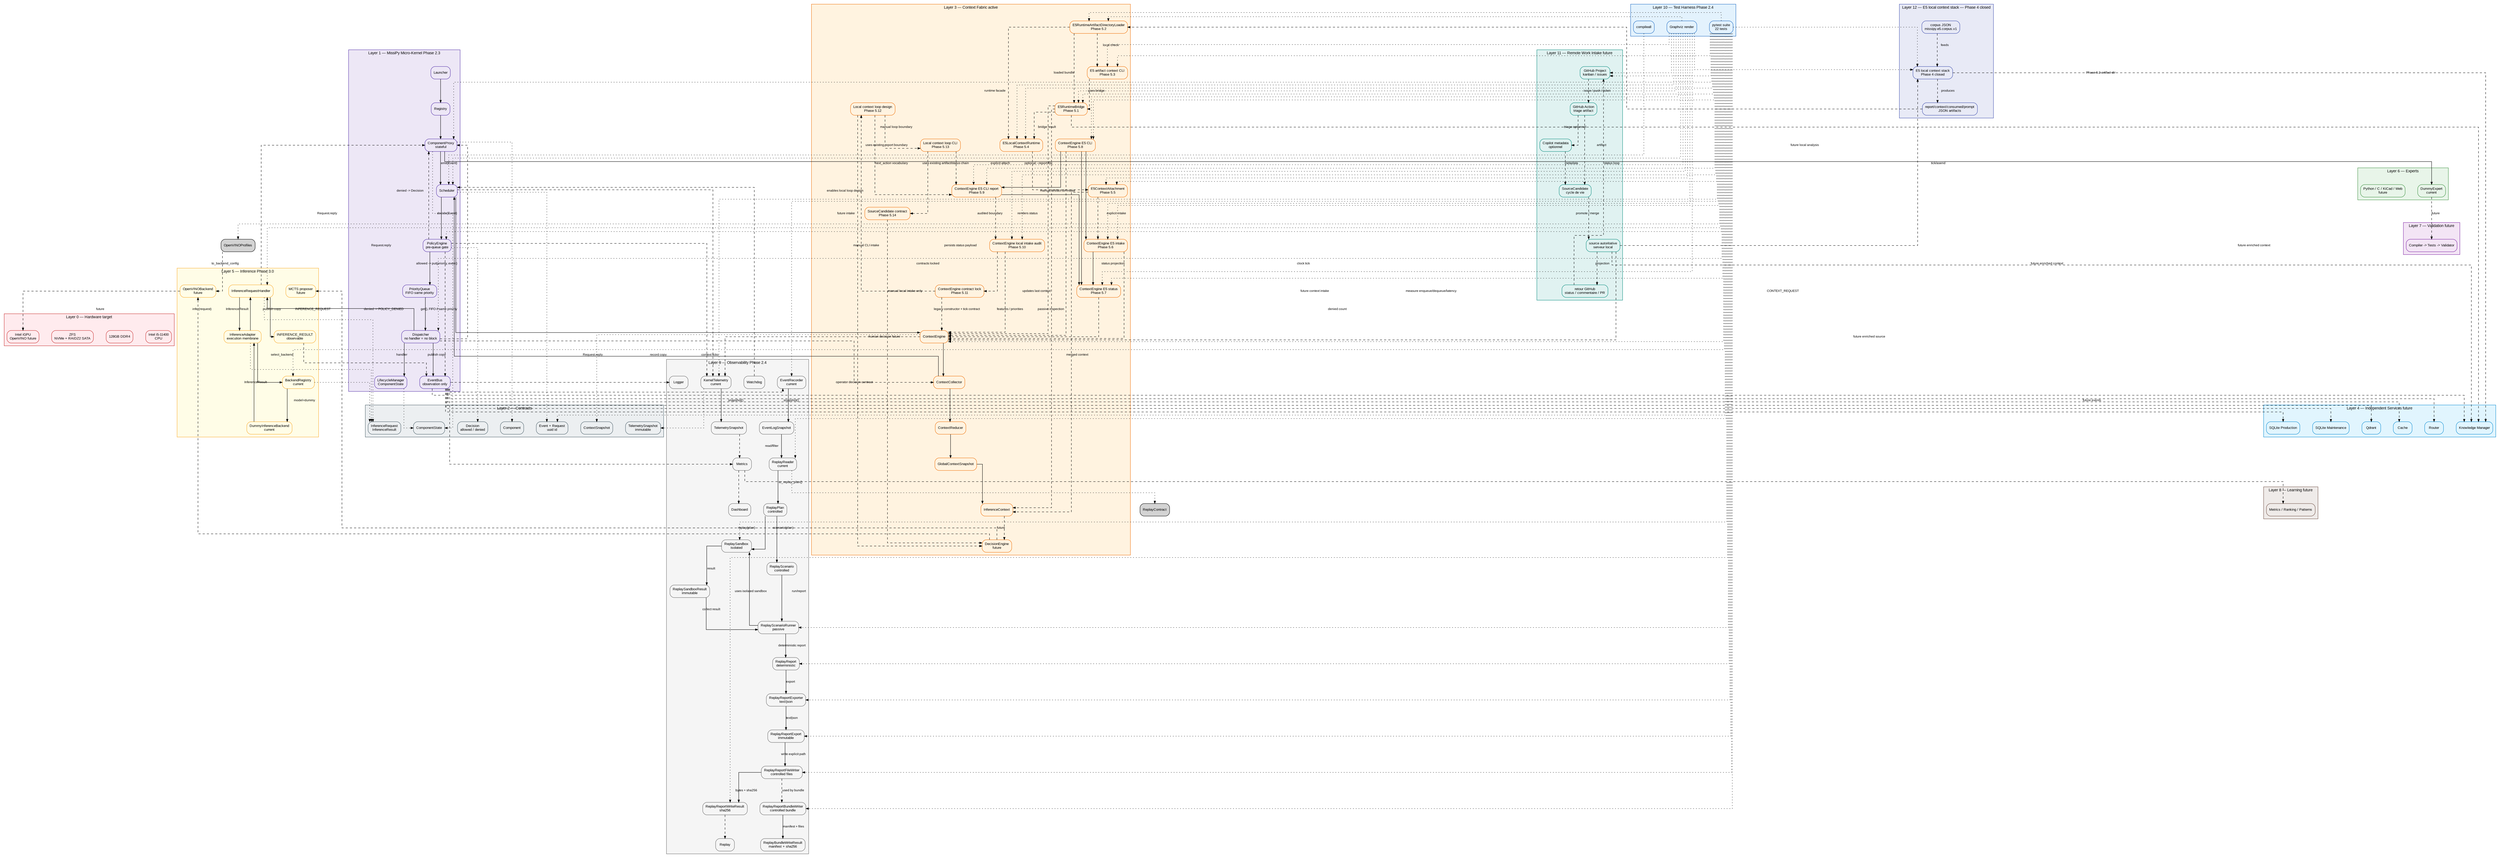
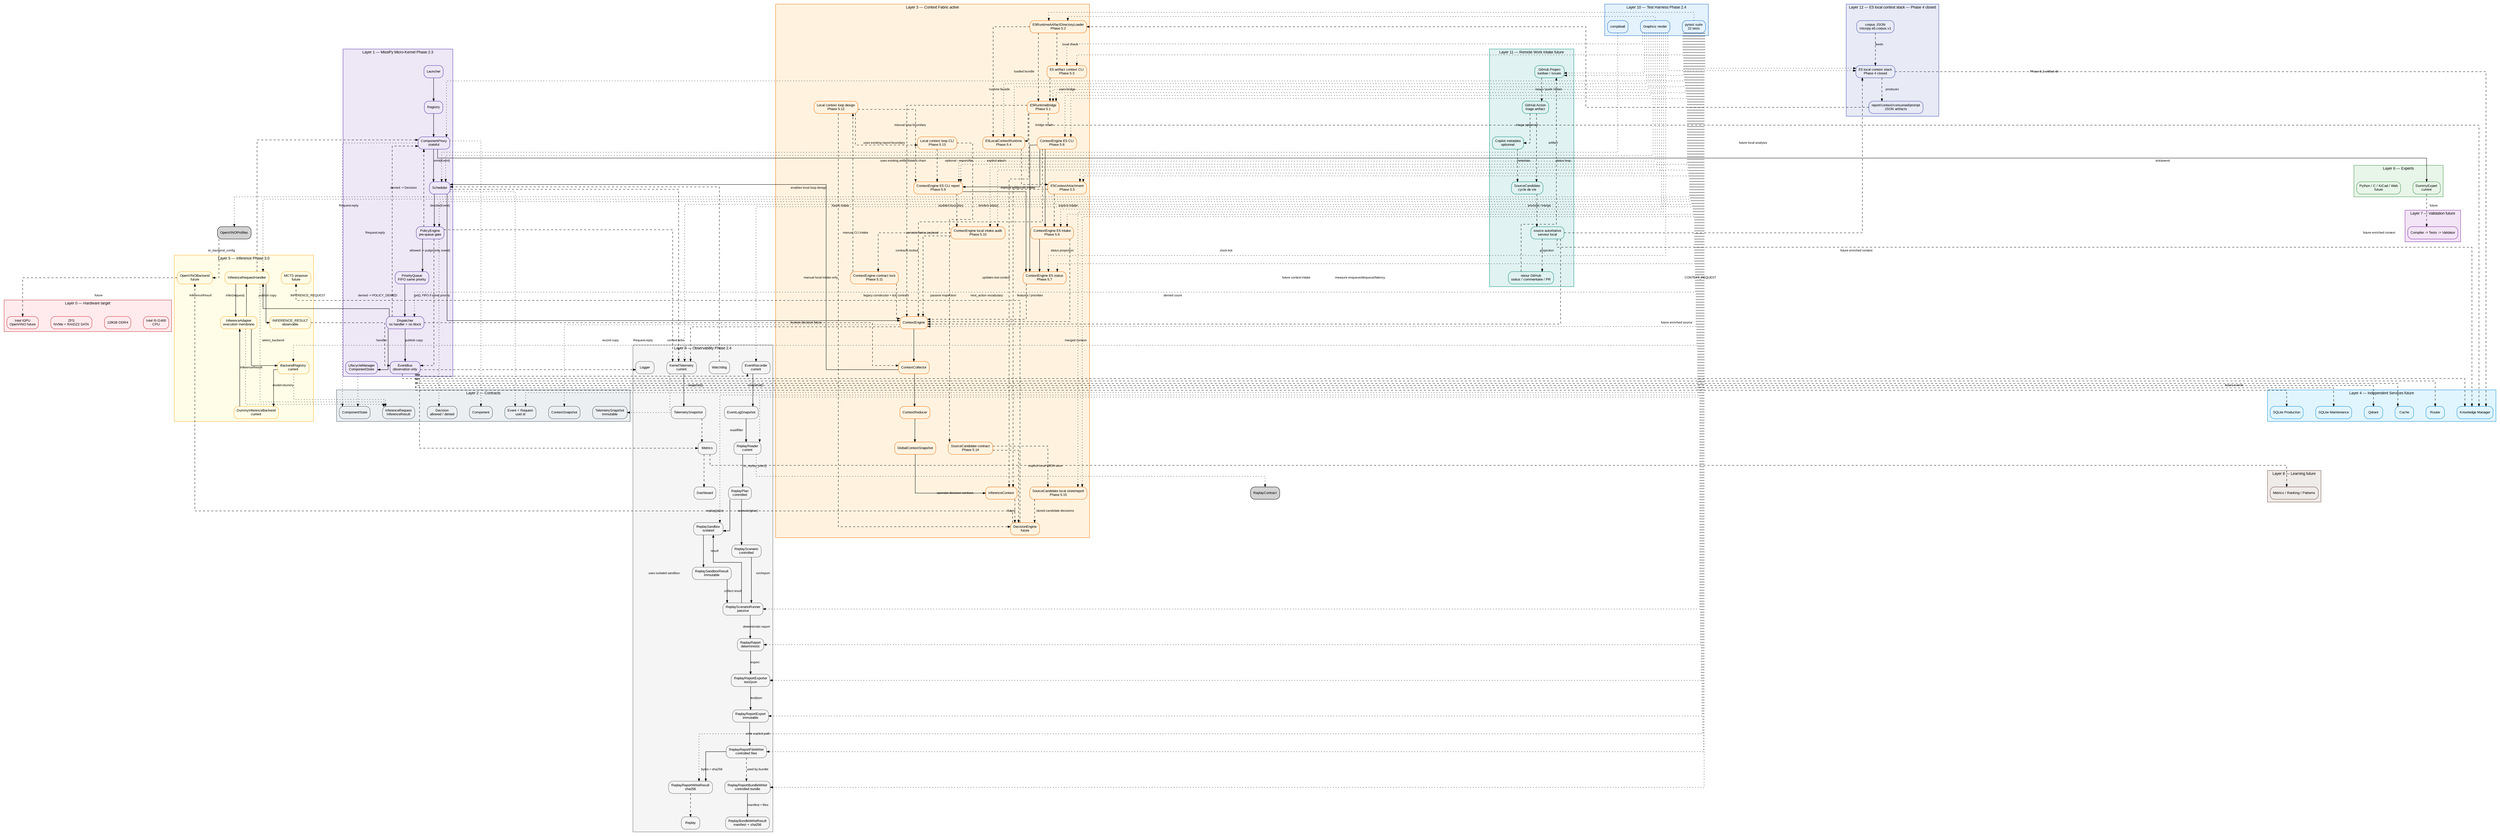
digraph Global {
    // ROADMAP_ID: global

    rankdir=TB;

    // ROADMAP_NOTE[phase2_5]:
    // BackendRegistry est ajouté au layer inference pour préparer
    // l’enregistrement explicite d’OpenVINO sans modifier le Scheduler.

    // ROADMAP_NOTE[phase3_0]:
    // OpenVINOModelProfileRegistry est ajouté pour décrire un ou plusieurs
    // modèles OpenVINO possibles avant de créer les backends exécutables.
    compound=true;
    splines=ortho;
    nodesep=0.5;
    ranksep=0.8;

    graph [fontname="Arial", fontsize=11];
    node [shape=box, style="rounded,filled", fontname="Arial", fontsize=10];
    edge [fontname="Arial", fontsize=9, arrowsize=0.7];

    // ROADMAP_NOTE[phase2_4]:
// ReplayReportBundleWriter ajoute un dossier de replay contrôlé :
// report.txt, report.json et manifest.json avec sha256. La roadmap DOT
// est aussi vérifiée par tests/docs/test_dot_links.py afin que les liens
// descente/remontée pointent vers des sources DOT existantes.
    // Le Layer 9 ajoute ReplayReportFileWriter après ReplayReportExport.
    // Cette étape persiste les exports texte/JSON vers chemins explicites.
    // Aucun répertoire n'est créé ni aucun fichier écrasé sans demande explicite.
    // Le writer reste passif et ne commande jamais le Scheduler vivant.


    // ROADMAP_NOTE[phase4_18_r2]:
    // GitHub Project Orchestrator est visible dans l'architecture globale.
    // Cette couche reste future et documentaire : pas d'API GitHub, pas de token,
    // pas de polling réseau et pas de dépendance Copilot dans le coeur.

    // ROADMAP_NOTE[phase4_19]:
    // La Phase 4 se clôt par un audit du moteur local E5 : corpus, recherche,
    // diagnostics, gates, rapports, contexte, consommation et prompt packet.
    // Le stack E5 reste hors Scheduler, hors Qdrant et hors backend de réponse.

    // ROADMAP_NOTE[phase4_20]:
    // Phase 4 clôturée : le moteur local E5 produit des artefacts déterministes
    // de recherche, contexte consommé et prompt packet. La Phase 5 peut brancher
    // ce socle au serveur local ou au Context Engine sans changer ces frontières.

    // ROADMAP_NOTE[phase5_2]:
    // E5RuntimeArtifactDirectoryLoader ajoute la bordure IO locale pour lire un
    // artifact-dir Phase 4 et réutiliser le pont pur E5RuntimeBridge. Aucun daemon,
    // réseau, Scheduler vivant, Qdrant ou LLM n'est introduit.


    // ROADMAP_NOTE[phase5_4]:
    // E5LocalContextRuntime ajoute une façade runtime locale stable au-dessus
    // du loader 5.2 et du bridge 5.1. Elle retourne un statut typé et un
    // InferenceContext sans CLI, daemon, réseau, Scheduler vivant, Qdrant ou LLM.

    // ROADMAP_NOTE[phase5_5]:
    // E5ContextAttachment fusionne explicitement un résultat runtime E5 local
    // avec un InferenceContext existant. Cette étape prépare l'intake futur du
    // ContextEngine sans lancer Scheduler, daemon, réseau, Qdrant ou LLM.

    // ROADMAP_NOTE[phase5_6]:
    // ContextEngine reçoit une entrée E5 explicite : artifact-dir ou runtime result
    // -> attachement -> last_inference_context. Aucun autoload, aucun Scheduler
    // vivant, aucun daemon, réseau, Qdrant ou LLM n'est introduit.

    // ROADMAP_NOTE[phase5_7]:
    // E5ContextEngineStatus ajoute une projection passive et sérialisable
    // de l'état E5 attaché au ContextEngine. Elle ne lit aucun fichier,
    // ne mute aucun contexte et ne déclenche aucun Scheduler/backend.

    // ROADMAP_NOTE[phase5_8]:
    // E5ContextEngineCLI ajoute une bordure manuelle : artifact-dir ->
    // ContextEngine.attach_e5_artifact_dir() -> E5ContextEngineStatus. Elle
    // ne lance aucun Scheduler vivant, daemon, réseau, Qdrant ou LLM.


    // ROADMAP_NOTE[phase5_10]:
    // Phase 5.10 audite le bloc d'intake manuel local : artifact-dir Phase 4,
    // ContextEngine E5 CLI, report JSON et projection status. Elle ne modifie
    // pas le runtime et prépare seulement la bascule future vers serveur/local loop.

    // ROADMAP_NOTE[phase5_9]:
    // E5ContextEngineCLIReport ajoute --report-file à la bordure CLI 5.8.
    // La commande existante peut persister son payload intake + status en JSON
    // atomique sans nouvelle surface CLI, Scheduler vivant, réseau, Qdrant ou LLM.



+ 
+ 
+     // ROADMAP_NOTE[phase5_15]:
+     // SourceCandidateStorageReport ajoute un store JSON local explicite pour
+     // SourceCandidate : load, upsert atomique, snapshot et rapport optionnel.
+     // La valeur newicody/autodoc reste une projection future sans API GitHub,
+     // réseau, token, daemon, Qdrant, LLM ou base de données.

    // ROADMAP_NOTE[phase5_14]:
    // SourceCandidateContract ajoute le contrat local d'une entrée candidate :
    // origin/input/policy/status/decision/transition immuable. La valeur
    // newicody/autodoc prépare la projection GitHub future sans API, réseau ou token.

    // ROADMAP_NOTE[phase5_13]:
    // LocalContextLoopCLI ajoute une orchestration manuelle mince : artifact-dir
    // Phase 4 -> ContextEngine intake -> status -> report + next_action opérateur.
    // Elle ne relance pas E5/OpenVINO, ne mute aucune décision et n'ajoute aucun
    // daemon, serveur, réseau, Qdrant, LLM ou stockage persistant.

    // ROADMAP_NOTE[phase5_12]:
    // LocalContextLoopDesign formalise la boucle locale manuelle : artifact-dir
    // Phase 4 -> runtime local -> intake explicite ContextEngine -> status/report
    // -> décision humaine. Aucun serveur, daemon, réseau, stockage persistant,
    // Qdrant, LLM ou appel OpenVINO caché n'est introduit.

    // ROADMAP_NOTE[phase5_3]:
    // E5 artifact context CLI ajoute une bordure de vérification locale pour
    // afficher l'InferenceContext construit depuis un artifact-dir, sans daemon,
    // réseau, Scheduler vivant, Qdrant ou LLM.

    subgraph cluster_L0 {
        label="Layer 0 — Hardware target";
        color="#c62828";
        bgcolor="#ffebee";
        node [fillcolor="#ffebee", color="#c62828"];
        CPU [label="Intel i5-11400\nCPU"];
        RAM [label="128GB DDR4"];
        Storage [label="ZFS\nNVMe + RAIDZ2 SATA"];
        GPU [label="Intel iGPU\nOpenVINO future"];
    }

    subgraph cluster_L1 {
        label="Layer 1 — MissiPy Micro-Kernel Phase 2.3";
        color="#512da8";
        bgcolor="#ede7f6";
        node [fillcolor="#ede7f6", color="#512da8"];
        Launcher [URL="scheduler/10_scheduler.svg", tooltip="Zoom Scheduler"];
        Registry [URL="scheduler/10_scheduler.svg", tooltip="Registry"];
        Proxy [label="ComponentProxy\nstateful", URL="scheduler/component_proxy/14_component_proxy.svg", tooltip="Runtime proxy"];
        Scheduler [URL="scheduler/10_scheduler.svg", tooltip="Zoom Scheduler"];
        Policy [label="PolicyEngine\npre-queue gate", URL="scheduler/10_scheduler.svg"];
        Queue [label="PriorityQueue\nFIFO same priority", URL="scheduler/priority_queue/13_priority_queue.svg"];
        Dispatcher [label="Dispatcher\nno handler = no block", URL="scheduler/dispatcher/11_dispatcher.svg"];
        EventBus [label="EventBus\nobservation only", URL="scheduler/event_bus/12_event_bus.svg"];
        Lifecycle [label="LifecycleManager\nComponentState", URL="scheduler/10_scheduler.svg"];
    }

    subgraph cluster_L2 {
        label="Layer 2 — Contracts";
        color="#455a64";
        bgcolor="#eceff1";
        node [fillcolor="#eceff1", color="#455a64"];
        EventContract [label="Event + Request\nuuid id"];
        LifecycleContract [label="ComponentState"];
        ComponentContract [label="Component"];
        ContextContract [label="ContextSnapshot"];
        InferenceContract [label="InferenceRequest\nInferenceResult"];
        PolicyContract [label="Decision\nallowed / denied"];
        TelemetryContract [label="TelemetrySnapshot\nimmutable"];
    }

    subgraph cluster_L3 {
        label="Layer 3 — Context Fabric active";
        color="#ef6c00";
        bgcolor="#fff3e0";
        node [fillcolor="#fff3e0", color="#ef6c00"];
        ContextEngine [label="ContextEngine", URL="context/20_context.svg"];
        Collector [label="ContextCollector", URL="context/20_context.svg"];
        Reducer [label="ContextReducer", URL="context/20_context.svg"];
        Snapshot [label="GlobalContextSnapshot", URL="context/20_context.svg"];
        InferenceCtx [label="InferenceContext", URL="context/20_context.svg"];
        E5RuntimeBridge [label="E5RuntimeBridge\nPhase 5.1", URL="context/25_e5_runtime_bridge.svg"];
        E5ArtifactLoader [label="E5RuntimeArtifactDirectoryLoader\nPhase 5.2", URL="context/26_e5_artifact_directory_loader.svg"];
        E5ArtifactContextCLI [label="E5 artifact context CLI\nPhase 5.3", URL="context/27_e5_artifact_context_cli.svg"];
        E5LocalRuntime [label="E5LocalContextRuntime\nPhase 5.4", URL="context/28_e5_local_context_runtime.svg"];
        E5ContextAttachment [label="E5ContextAttachment\nPhase 5.5", URL="context/29_e5_context_attachment.svg"];
        E5ContextEngineIntake [label="ContextEngine E5 intake\nPhase 5.6", URL="context/30_e5_context_engine_intake.svg"];
        E5ContextEngineStatus [label="ContextEngine E5 status\nPhase 5.7", URL="context/31_e5_context_engine_status.svg"];
        E5ContextEngineCLI [label="ContextEngine E5 CLI\nPhase 5.8", URL="context/32_e5_context_engine_cli.svg"];
        E5ContextEngineCLIReport [label="ContextEngine E5 CLI report\nPhase 5.9", URL="context/33_e5_context_engine_cli_report.svg"];
        E5ContextEngineIntakeAudit [label="ContextEngine local intake audit\nPhase 5.10", URL="context/34_e5_context_engine_intake_audit.svg"];
        ContextEngineContractLock [label="ContextEngine contract lock\nPhase 5.11", URL="context/35_context_engine_contract_lock.svg"];
        LocalContextLoopDesign [label="Local context loop design\nPhase 5.12", URL="context/36_local_context_loop_design.svg"];
        LocalContextLoopCLI [label="Local context loop CLI\nPhase 5.13", URL="context/37_local_context_loop_cli.svg"];
        SourceCandidateContract [label="SourceCandidate contract\nPhase 5.14", URL="context/38_source_candidate_contract.svg"];
+         SourceCandidateStore [label="SourceCandidate local store/report\nPhase 5.15", URL="context/39_source_candidate_storage_report.svg"];
        Decision [label="DecisionEngine\nfuture", URL="context/20_context.svg"];
    }

    E5ContextEngineIntake -> E5ContextEngineStatus [label="status projection"];
    E5ContextEngineCLI -> E5ContextEngineIntake [label="manual artifact-dir intake"];
    E5ContextEngineCLI -> E5ContextEngineStatus [label="renders status"];
    E5ContextEngineCLI -> E5ContextEngineCLIReport [label="optional --report-file"];
    E5ContextEngineCLIReport -> E5ContextEngineStatus [label="persists status payload"];
    E5ContextEngineCLIReport -> E5ContextEngineIntakeAudit [style=dashed, label="audited boundary"];
    E5ContextEngineIntakeAudit -> ContextEngineContractLock [style=dashed, label="contracts locked"];
    ContextEngineContractLock -> ContextEngine [style=dashed, label="legacy constructor + tick contract"];
    E5ContextEngineIntakeAudit -> ContextEngine [style=dashed, label="manual local intake only"];
    ContextEngineContractLock -> LocalContextLoopDesign [style=dashed, label="enables local loop design"];
    LocalContextLoopDesign -> E5ContextEngineCLIReport [style=dashed, label="uses existing report boundary"];
    LocalContextLoopDesign -> LocalContextLoopCLI [style=dashed, label="manual loop boundary"];
    LocalContextLoopCLI -> E5ContextEngineCLIReport [style=dashed, label="uses existing artifact/status chain"];
    LocalContextLoopCLI -> SourceCandidateContract [style=dashed, label="next_action vocabulary"];
+     SourceCandidateContract -> SourceCandidateStore [style=dashed, label="explicit local JSON store"];
+     SourceCandidateStore -> Decision [style=dashed, label="stored candidate decisions"];
    SourceCandidateContract -> Decision [style=dashed, label="operator decision contract"];
    LocalContextLoopDesign -> Decision [style=dashed, label="human decision future"];

    subgraph cluster_L4 {
        label="Layer 4 — Independent Services future";
        color="#0288d1";
        bgcolor="#e1f5fe";
        node [fillcolor="#e1f5fe", color="#0288d1"];
        Router [URL="services/30_services.svg"];
        SQLiteProd [label="SQLite Production", URL="services/30_services.svg"];
        SQLiteMaint [label="SQLite Maintenance", URL="services/30_services.svg"];
        Qdrant [URL="services/30_services.svg"];
        Cache [URL="services/30_services.svg"];
        Knowledge [label="Knowledge Manager", URL="services/30_services.svg"];
    }

    subgraph cluster_L5 {
        label="Layer 5 — Inference Phase 3.0";
        color="#f9a825";
        bgcolor="#fffde7";
        node [fillcolor="#fffde7", color="#f9a825"];
        InferenceHandler [label="InferenceRequestHandler", URL="inference/40_inference.svg"];
        InferenceAdapter [label="InferenceAdapter\nexecution membrane", URL="inference/40_inference.svg"];
        BackendRegistry [label="BackendRegistry\ncurrent", URL="inference/40_inference.svg"];
        DummyBackend [label="DummyInferenceBackend\ncurrent", URL="inference/40_inference.svg"];
        InferenceResult [label="INFERENCE_RESULT\nobservable", URL="inference/40_inference.svg"];
        OpenVINO [label="OpenVINOBackend\nfuture", URL="inference/40_inference.svg"];
        MCTS [label="MCTS proposer\nfuture"];
    }

    subgraph cluster_L6 {
        label="Layer 6 — Experts";
        color="#388e3c";
        bgcolor="#e8f5e9";
        node [fillcolor="#e8f5e9", color="#388e3c"];
        Dummy [label="DummyExpert\ncurrent", URL="experts/40_experts.svg"];
        ExpertsFuture [label="Python / C / KiCad / Web\nfuture", URL="experts/40_experts.svg"];
    }

    subgraph cluster_L7 {
        label="Layer 7 — Validation future";
        color="#7b1fa2";
        bgcolor="#f3e5f5";
        node [fillcolor="#f3e5f5", color="#7b1fa2"];
        Validation [label="Compiler -> Tests -> Validator", URL="validation/50_validation.svg"];
    }

    subgraph cluster_L8 {
        label="Layer 8 — Learning future";
        color="#6d4c41";
        bgcolor="#efebe9";
        node [fillcolor="#efebe9", color="#6d4c41"];
        Learning [label="Metrics / Ranking / Patterns", URL="learning/60_learning.svg"];
    }

    subgraph cluster_L9 {
        label="Layer 9 — Observability Phase 2.4";
        color="#666666";
        bgcolor="#f5f5f5";
        node [fillcolor="#f5f5f5", color="#666666"];
        Logger [URL="observability/70_observability.svg"];
        KernelTelemetry [label="KernelTelemetry
current", URL="observability/70_observability.svg"];
        TelemetrySnapshot [label="TelemetrySnapshot", URL="observability/70_observability.svg"];
        EventRecorder [label="EventRecorder
current", URL="observability/70_observability.svg"];
        EventLogSnapshot [label="EventLogSnapshot", URL="observability/70_observability.svg"];
        ReplayReader [label="ReplayReader
current", URL="observability/70_observability.svg"];
        ReplayPlan [label="ReplayPlan
controlled", URL="observability/70_observability.svg"];
        ReplaySandbox [label="ReplaySandbox
isolated", URL="observability/70_observability.svg"];
        ReplaySandboxResult [label="ReplaySandboxResult
immutable", URL="observability/70_observability.svg"];
        ReplayScenario [label="ReplayScenario
controlled", URL="observability/70_observability.svg"];
        ReplayScenarioRunner [label="ReplayScenarioRunner
passive", URL="observability/70_observability.svg"];
        ReplayReport [label="ReplayReport
deterministic", URL="observability/70_observability.svg"];
        ReplayReportExporter [label="ReplayReportExporter
text/json", URL="observability/70_observability.svg"];
        ReplayReportExport [label="ReplayReportExport
immutable", URL="observability/70_observability.svg"];
        ReplayReportFileWriter [label="ReplayReportFileWriter
controlled files", URL="observability/70_observability.svg"];
        ReplayReportWriteResult [label="ReplayReportWriteResult
sha256", URL="observability/70_observability.svg"];
        ReplayReportBundleWriter [label="ReplayReportBundleWriter
controlled bundle", URL="observability/70_observability.svg"];
        ReplayBundleWriteResult [label="ReplayBundleWriteResult
manifest + sha256", URL="observability/70_observability.svg"];
        Metrics [URL="observability/70_observability.svg"];
        Replay [URL="observability/70_observability.svg"];
        Dashboard [URL="observability/70_observability.svg"];
        Watchdog [URL="observability/70_observability.svg"];
    }

    subgraph cluster_L10 {
        label="Layer 10 — Test Harness Phase 2.4";
        color="#1565c0";
        bgcolor="#e3f2fd";
        node [fillcolor="#e3f2fd", color="#1565c0"];
        Pytest [label="pytest suite\n22 tests", URL="tests/80_tests.svg"];
        CompileAll [label="compileall"];
        DotRender [label="Graphviz render"];
    }



    subgraph cluster_L11 {
        label="Layer 11 — Remote Work Intake future";
        color="#00897b";
        bgcolor="#e0f2f1";
        node [fillcolor="#e0f2f1", color="#00897b"];
        GitHubProject [label="GitHub Project
kanban / issues", URL="integrations/90_github_project_orchestrator.svg"];
        GitHubAction [label="GitHub Action
triage artifact", URL="integrations/90_github_project_orchestrator.svg"];
        CopilotMetadata [label="Copilot metadata
optionnel", URL="integrations/90_github_project_orchestrator.svg"];
        SourceCandidate [label="SourceCandidate
cycle de vie", URL="integrations/91_source_candidate_lifecycle.svg"];
        LocalAuthority [label="source autoritative
serveur local", URL="integrations/91_source_candidate_lifecycle.svg"];
        GitHubFeedback [label="retour GitHub
status / commentaire / PR", URL="integrations/90_github_project_orchestrator.svg"];
    }

    subgraph cluster_L12 {
        label="Layer 12 — E5 local context stack — Phase 4 closed";
        color="#3949ab";
        bgcolor="#e8eaf6";
        node [fillcolor="#e8eaf6", color="#3949ab"];
        E5LocalStack [label="E5 local context stack
Phase 4 closed", URL="inference/74_e5_phase4_closure.svg"];
        E5Corpus [label="corpus JSON
missipy.e5.corpus.v1", URL="inference/73_e5_phase4_final_audit.svg"];
        E5Reports [label="report/context/consumed/prompt
JSON artifacts", URL="inference/74_e5_phase4_closure.svg"];
    }

    Launcher -> Registry;
    Registry -> Proxy;
    Proxy -> Scheduler [label="emit(Event)"];
    Scheduler -> Policy [label="decide(Event)"];
    Policy -> Queue [label="allowed -> put(priority, event)"];
    Policy -> EventBus [label="denied -> POLICY_DENIED", style=dashed];
    Policy -> Proxy [label="denied -> Decision", style=dashed];
    Queue -> Dispatcher [label="get(), FIFO if same priority"];
    Dispatcher -> Lifecycle [label="handler"];
    Dispatcher -> EventBus [label="publish copy"];
    Dispatcher -> Proxy [label="Request.reply", style=dashed];

    Lifecycle -> LifecycleContract [style=dotted];
    Proxy -> LifecycleContract [style=dotted];

    Scheduler -> ContextEngine [label="clock tick"];
    ContextEngine -> Collector;
    Collector -> Scheduler [label="CONTEXT_REQUEST"];
    Dispatcher -> Collector [label="Request.reply", style=dashed];
    Collector -> Reducer;
    Reducer -> Snapshot;
    Snapshot -> InferenceCtx;
    InferenceCtx -> Decision [style=dashed, label="future"];

    Scheduler -> EventContract [style=dotted];
    Policy -> PolicyContract [style=dotted];
    KernelTelemetry -> TelemetryContract [style=dotted];
    Proxy -> ComponentContract [style=dotted];
    ContextEngine -> ContextContract [style=dotted];
    InferenceHandler -> InferenceContract [style=dotted];
    ReplayReader -> ReplayContract [style=dotted];
    InferenceAdapter -> InferenceContract [style=dotted];
    BackendRegistry -> InferenceContract [style=dotted];

    Proxy -> Dummy [label="tick/asend"];

    Dispatcher -> InferenceHandler [label="INFERENCE_REQUEST"];
    InferenceHandler -> InferenceAdapter [label="infer(request)"];
    InferenceAdapter -> BackendRegistry [label="select_backend"];
    BackendRegistry -> DummyBackend [label="model=dummy"];
    DummyBackend -> InferenceAdapter [label="InferenceResult"];
    InferenceAdapter -> InferenceHandler [label="InferenceResult"];
    InferenceHandler -> InferenceResult [label="publish copy"];
    InferenceHandler -> Proxy [label="Request.reply", style=dashed];
    InferenceResult -> EventBus [style=dashed];
    OpenVINOProfiles -> OpenVINO [style=dashed, label="to_backend_config"];
    OpenVINO -> GPU [style=dashed, label="future"];
    E5Corpus -> E5LocalStack [style=dashed, label="feeds"];
    E5LocalStack -> E5Reports [style=dashed, label="produces"];
    E5Reports -> E5ArtifactLoader [style=dashed, label="Phase 5.2 artifact-dir"];
    E5ArtifactLoader -> E5RuntimeBridge [style=dashed, label="loaded bundle"];
    E5ArtifactLoader -> E5ArtifactContextCLI [style=dashed, label="local check"];
    E5ArtifactContextCLI -> E5RuntimeBridge [style=dashed, label="uses bridge"];
    E5ArtifactLoader -> E5LocalRuntime [style=dashed, label="runtime facade"];
    E5RuntimeBridge -> E5LocalRuntime [style=dashed, label="bridge result"];
    E5LocalRuntime -> E5ContextAttachment [style=dashed, label="explicit attach"];
    E5ContextAttachment -> InferenceCtx [style=dashed, label="merged context"];
    E5RuntimeBridge -> InferenceCtx [style=dashed, label="features / priorities"];
    E5ContextAttachment -> E5ContextEngineIntake [style=dashed, label="explicit intake"];
    E5ContextEngineIntake -> ContextEngine [style=dashed, label="updates last context"];
    E5ContextEngineStatus -> ContextEngine [style=dashed, label="passive inspection"];
    E5ContextEngineCLI -> ContextEngine [style=dashed, label="manual CLI intake"];
    E5RuntimeBridge -> ContextEngine [style=dashed, label="future intake"];
    E5RuntimeBridge -> Knowledge [style=dashed, label="future enriched context"];
    E5LocalStack -> Knowledge [style=dashed, label="future enriched context"];

    Scheduler -> KernelTelemetry [style=dashed, label="measure enqueue/dequeue/latency"];
    Policy -> KernelTelemetry [style=dashed, label="denied count"];
    ContextEngine -> KernelTelemetry [style=dashed, label="context ticks"];
    KernelTelemetry -> TelemetrySnapshot [label="snapshot()"];
    TelemetrySnapshot -> Metrics [style=dashed];

    EventBus -> Logger [style=dashed];
    EventBus -> Metrics [style=dashed];
    EventBus -> EventRecorder [style=dashed, label="record copy"];
    EventRecorder -> EventLogSnapshot [label="snapshot()"];
    EventLogSnapshot -> ReplayReader [label="read/filter"];
    ReplayReader -> ReplayPlan [label="to_replay_plan()"];
    ReplayPlan -> ReplaySandbox [label="replay(plan)"];
    ReplaySandbox -> ReplaySandboxResult [label="result"];
    ReplayPlan -> ReplayScenario [label="scenario(plan)"];
    ReplayScenario -> ReplayScenarioRunner [label="run/report"];
    ReplayScenarioRunner -> ReplaySandbox [label="uses isolated sandbox"];
    ReplaySandboxResult -> ReplayScenarioRunner [label="collect result"];
    ReplayScenarioRunner -> ReplayReport [label="deterministic report"];
    ReplayReport -> ReplayReportExporter [label="export"];
    ReplayReportExporter -> ReplayReportExport [label="text/json"];
    ReplayReportExport -> ReplayReportFileWriter [label="write explicit path"];
    ReplayReportFileWriter -> ReplayReportWriteResult [label="bytes + sha256"];
    ReplayReportFileWriter -> ReplayReportBundleWriter [style=dashed, label="used by bundle"];
    ReplayReportBundleWriter -> ReplayBundleWriteResult [label="manifest + files"];
    ReplayReportWriteResult -> Replay [style=dashed];
    Metrics -> Dashboard [style=dashed];
    Watchdog -> Scheduler [style=dashed];

    Pytest -> EventContract [style=dotted];
    Pytest -> Dispatcher [style=dotted];
    Pytest -> Proxy [style=dotted];
    Pytest -> ContextEngine [style=dotted];
    Pytest -> InferenceHandler [style=dotted];
    Pytest -> BackendRegistry [style=dotted];
    Pytest -> OpenVINOProfiles [style=dotted];
    Pytest -> Policy [style=dotted];
    Pytest -> KernelTelemetry [style=dotted];
    Pytest -> EventRecorder [style=dotted];
    Pytest -> ReplayReader [style=dotted];
    Pytest -> ReplaySandbox [style=dotted];
    Pytest -> ReplayScenarioRunner [style=dotted];
    Pytest -> ReplayReport [style=dotted];
    Pytest -> ReplayReportExporter [style=dotted];
    Pytest -> ReplayReportExport [style=dotted];
    Pytest -> ReplayReportFileWriter [style=dotted];
    Pytest -> ReplayReportBundleWriter [style=dotted];
    Pytest -> ReplayReportWriteResult [style=dotted];
    CompileAll -> Scheduler [style=dotted];
    DotRender -> Scheduler [style=dotted];

    EventBus -> Router [style=dashed, label="future events"];
    EventBus -> SQLiteProd [style=dashed];
    EventBus -> SQLiteMaint [style=dashed];
    EventBus -> Qdrant [style=dashed];
    EventBus -> Cache [style=dashed];
    EventBus -> Knowledge [style=dashed];
    Decision -> OpenVINO [style=dashed];
    Decision -> MCTS [style=dashed];
    Dummy -> Validation [style=dashed, label="future"];
    Metrics -> Learning [style=dashed];

    GitHubProject -> GitHubAction [style=dashed, label="issue / push / ticket"];
    GitHubAction -> CopilotMetadata [style=dashed, label="triage optionnel"];
    CopilotMetadata -> SourceCandidate [style=dashed, label="metadata"];
    GitHubAction -> SourceCandidate [style=dashed, label="artifact"];
    SourceCandidate -> LocalAuthority [style=dashed, label="promote / merge"];
    LocalAuthority -> E5LocalStack [style=dashed, label="future local analysis"];
    LocalAuthority -> ContextEngine [style=dashed, label="future context intake"];
    LocalAuthority -> Knowledge [style=dashed, label="future enriched source"];
    LocalAuthority -> GitHubFeedback [style=dashed, label="projection"];
    GitHubFeedback -> GitHubProject [style=dashed, label="status loop"];
    Pytest -> GitHubProject [style=dotted];
    Pytest -> E5LocalStack [style=dotted];
    Pytest -> E5RuntimeBridge [style=dotted];
    Pytest -> E5ArtifactLoader [style=dotted];
    Pytest -> E5ArtifactContextCLI [style=dotted];
    Pytest -> E5LocalRuntime [style=dotted];
    Pytest -> E5ContextAttachment [style=dotted];
    Pytest -> E5ContextEngineIntake [style=dotted];
    Pytest -> E5ContextEngineStatus [style=dotted];
    Pytest -> E5ContextEngineCLI [style=dotted];
    Pytest -> E5ContextEngineCLIReport [style=dotted];
    Pytest -> E5ContextEngineIntakeAudit [style=dotted];
+     Pytest -> SourceCandidateStore [style=dotted];
    DotRender -> GitHubProject [style=dotted];
    DotRender -> E5LocalStack [style=dotted];
    DotRender -> E5RuntimeBridge [style=dotted];
    DotRender -> E5ArtifactLoader [style=dotted];
    DotRender -> E5ArtifactContextCLI [style=dotted];
    DotRender -> E5LocalRuntime [style=dotted];
    DotRender -> E5ContextAttachment [style=dotted];
    DotRender -> E5ContextEngineIntake [style=dotted];
    DotRender -> E5ContextEngineStatus [style=dotted];
    DotRender -> E5ContextEngineCLI [style=dotted];
    DotRender -> E5ContextEngineCLIReport [style=dotted];
    DotRender -> E5ContextEngineIntakeAudit [style=dotted];
+     DotRender -> SourceCandidateStore [style=dotted];
}

